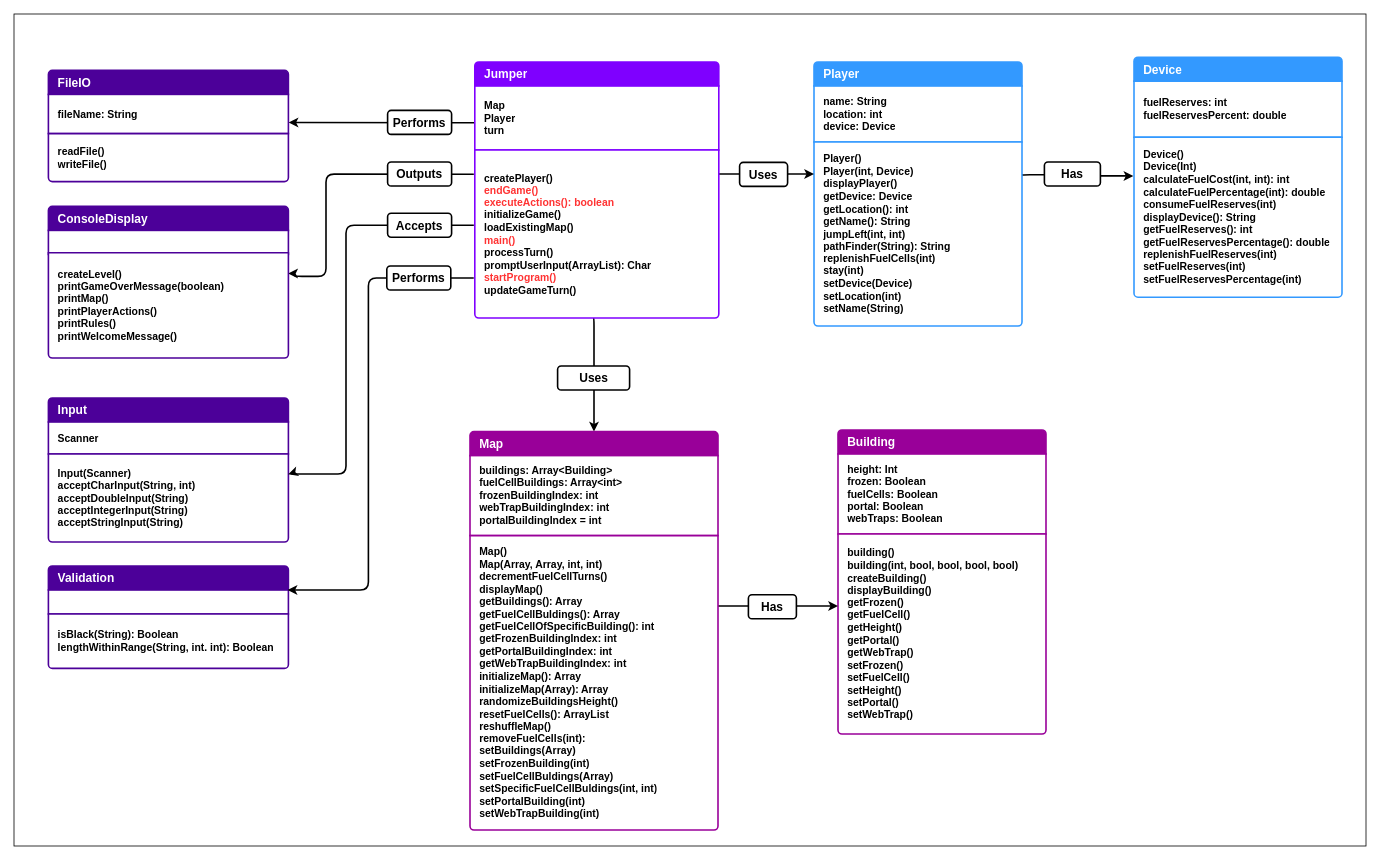
Before: Java Programming/Assignment Java Jumper/doc/ClassDiagram.drawio in ByteToBits/CompScience, a draw.io diagram. Source tidied: cells renumbered, new cells numbered last; positions are measured from the earlier drawing's top-left corner, leaving out a move shared by most shapes. Both pictures are drawn from the tidied source at 80%, with x=0, y=0 at pixel (14, 14).
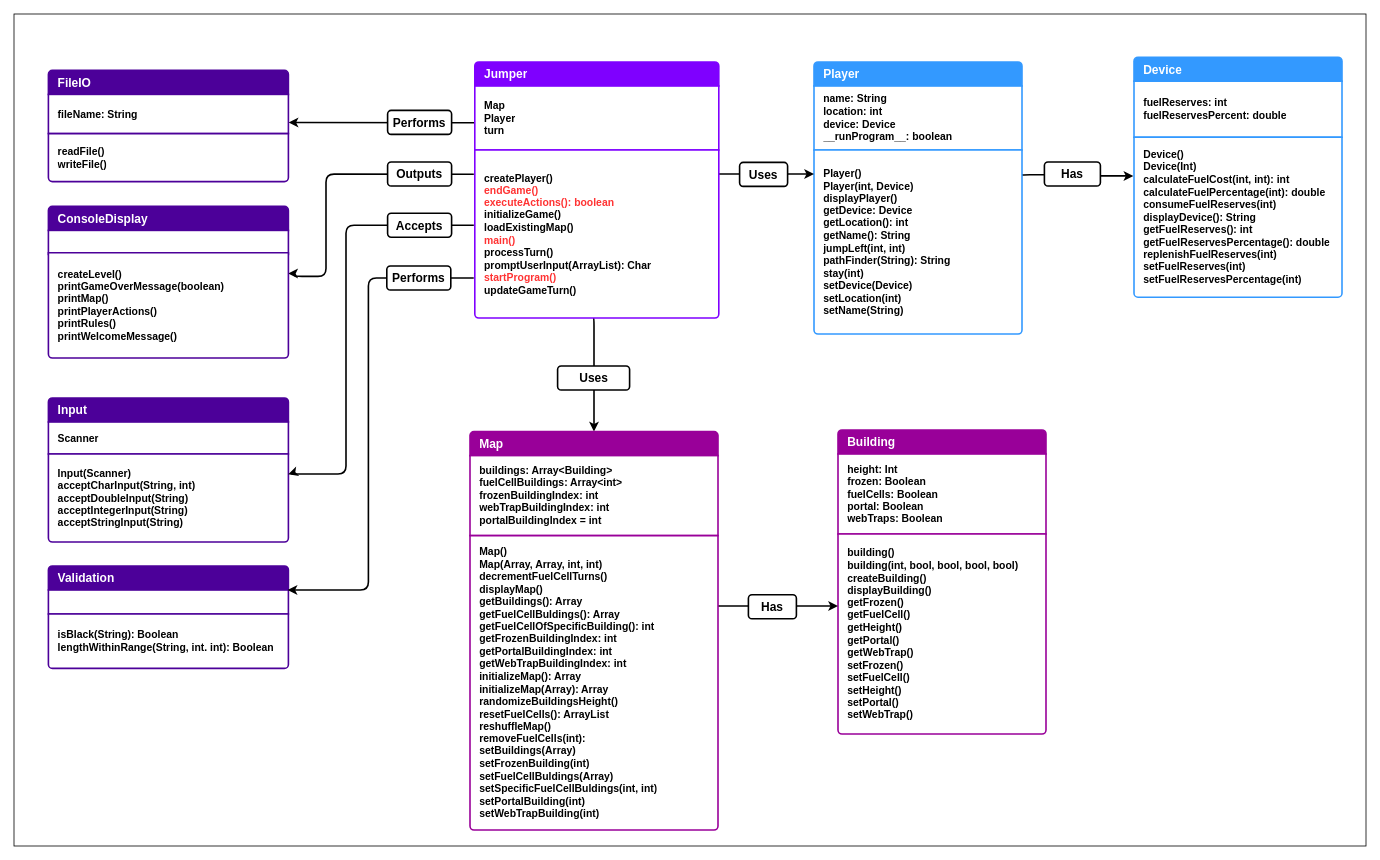
The same diagram, later.

Commit message (it also covers changes not shown here):
Major Bug Fix: Building Boolean Values were not updating correctly

The edit, as a diff of the source:
```diff
@@
     <mxCell id="25" style="swimlane;fontStyle=1;horizontal=1;startSize=0;whiteSpace=wrap;html=1;strokeColor=none;fillColor=none;strokeWidth=2;labelPadding=0;labelBorderColor=none;fontSize=13;shadow=0;perimeterSpacing=0;swimlaneLine=0;" parent="1" vertex="1">
-      <mxGeometry x="1000" y="60" width="260" height="330" as="geometry" />
+      <mxGeometry x="1000" y="60" width="260" height="340" as="geometry" />
     </mxCell>
@@
-    <mxCell id="27" value="&lt;div&gt;name: String&lt;/div&gt;&lt;div&gt;location: int&lt;/div&gt;&lt;div&gt;device: Device&lt;/div&gt;" style="text;strokeColor=#3399ff;fillColor=#FFFFFF;align=left;verticalAlign=middle;spacingLeft=10;spacingRight=10;overflow=hidden;whiteSpace=wrap;html=1;rSize=5;fontColor=#000000;strokeWidth=2;labelPadding=0;labelBorderColor=none;fontSize=13;fontStyle=1;shadow=0;perimeterSpacing=0;swimlaneLine=0;" parent="25" vertex="1">
-      <mxGeometry y="30" width="260" height="70" as="geometry" />
+    <mxCell id="27" value="&lt;div&gt;name: String&lt;/div&gt;&lt;div&gt;location: int&lt;/div&gt;&lt;div&gt;device: Device&lt;/div&gt;&lt;div&gt;&lt;span style=&quot;background-color: initial;&quot;&gt;__runProgram__: &lt;/span&gt;&lt;span style=&quot;background-color: initial;&quot; class=&quot;hljs-type&quot;&gt;boolean&lt;/span&gt;&lt;br&gt;&lt;/div&gt;" style="text;strokeColor=#3399ff;fillColor=#FFFFFF;align=left;verticalAlign=middle;spacingLeft=10;spacingRight=10;overflow=hidden;whiteSpace=wrap;html=1;rSize=5;fontColor=#000000;strokeWidth=2;labelPadding=0;labelBorderColor=none;fontSize=13;fontStyle=1;shadow=0;perimeterSpacing=0;swimlaneLine=0;" parent="25" vertex="1">
+      <mxGeometry y="30" width="260" height="80" as="geometry" />
     </mxCell>
-    <mxCell id="28" value="&lt;div&gt;Player()&lt;/div&gt;&lt;div&gt;Player(int, Device)&lt;/div&gt;&lt;div&gt;displayPlayer()&lt;/div&gt;&lt;div&gt;getDevice: Device&lt;br&gt;&lt;/div&gt;&lt;div&gt;getLocation(): int&lt;/div&gt;&lt;div&gt;getName(): String&lt;/div&gt;&lt;div&gt;jumpLeft(int, int)&lt;/div&gt;&lt;div&gt;pathFinder(String): String&lt;/div&gt;&lt;div&gt;replenishFuelCells(int)&lt;/div&gt;&lt;div&gt;stay(int)&lt;/div&gt;&lt;div&gt;setDevice(Device)&lt;br&gt;&lt;/div&gt;&lt;div&gt;setLocation(int)&lt;/div&gt;&lt;div&gt;setName(String)&lt;/div&gt;" style="text;strokeColor=#3399ff;fillColor=#FFFFFF;align=left;verticalAlign=middle;spacingLeft=10;spacingRight=10;overflow=hidden;whiteSpace=wrap;html=1;shape=mxgraph.bootstrap.bottomButton;rSize=5;fontColor=#000000;strokeWidth=2;labelPadding=0;labelBorderColor=none;fontSize=13;fontStyle=1;shadow=0;perimeterSpacing=0;swimlaneLine=0;" parent="25" vertex="1">
-      <mxGeometry y="100" width="260" height="230" as="geometry" />
+    <mxCell id="28" value="&lt;div&gt;Player()&lt;/div&gt;&lt;div&gt;Player(int, Device)&lt;/div&gt;&lt;div&gt;displayPlayer()&lt;/div&gt;&lt;div&gt;getDevice: Device&lt;br&gt;&lt;/div&gt;&lt;div&gt;getLocation(): int&lt;/div&gt;&lt;div&gt;getName(): String&lt;/div&gt;&lt;div&gt;jumpLeft(int, int)&lt;/div&gt;&lt;div&gt;pathFinder(String): String&lt;/div&gt;&lt;div&gt;stay(int)&lt;/div&gt;&lt;div&gt;setDevice(Device)&lt;br&gt;&lt;/div&gt;&lt;div&gt;setLocation(int)&lt;/div&gt;&lt;div&gt;setName(String)&lt;/div&gt;" style="text;strokeColor=#3399ff;fillColor=#FFFFFF;align=left;verticalAlign=middle;spacingLeft=10;spacingRight=10;overflow=hidden;whiteSpace=wrap;html=1;shape=mxgraph.bootstrap.bottomButton;rSize=5;fontColor=#000000;strokeWidth=2;labelPadding=0;labelBorderColor=none;fontSize=13;fontStyle=1;shadow=0;perimeterSpacing=0;swimlaneLine=0;" parent="25" vertex="1">
+      <mxGeometry y="110" width="260" height="230" as="geometry" />
     </mxCell>
```
